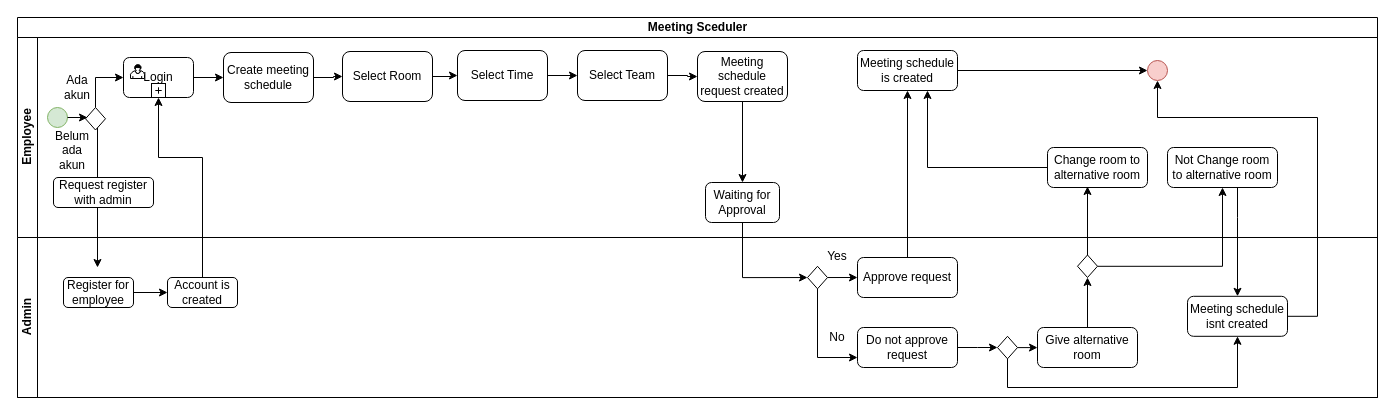
Before: page "BPMN" (1 of 3) of meetingsceduler.drawio in MCC-Java/Meeting-Schedule-Laila-Khoirun-Nisa, a draw.io diagram. Source tidied: cells renumbered, new cells numbered last; positions are measured from the earlier drawing's top-left corner, leaving out a move shared by most shapes. Both pictures are drawn from the tidied source at 100%, with x=0, y=0 at pixel (17, 17).
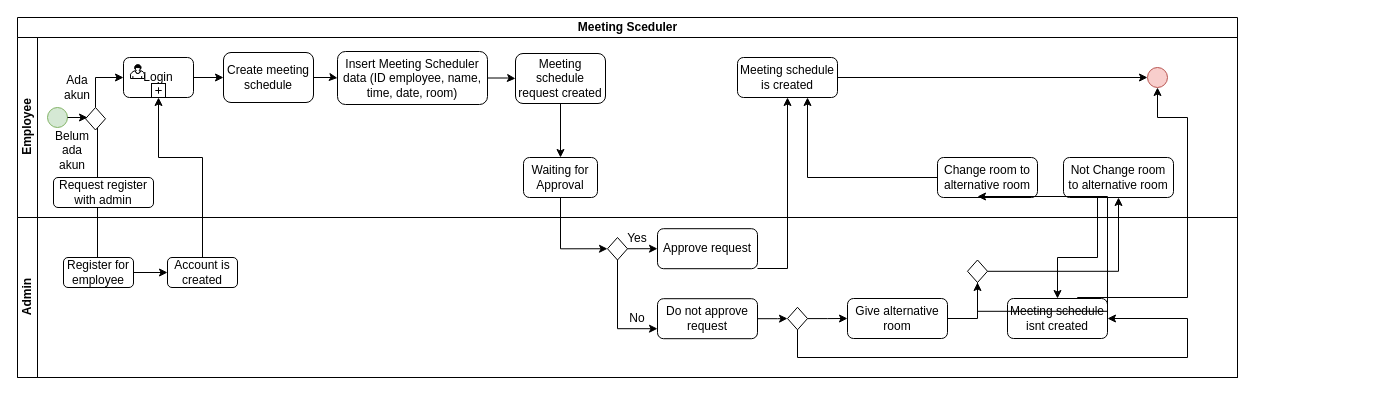
The same page after the edit.

The change refers to these unchanged cells:
```xml
<mxCell id="20" style="ellipse;whiteSpace=wrap;html=1;fillColor=#d5e8d4;strokeColor=#82b366;" parent="3" vertex="1">
  <mxGeometry x="30" y="70" width="20" height="20" as="geometry" />
</mxCell>
```

Change to the diagram source:
```diff
@@
     <mxCell id="2" value="Meeting Sceduler" style="swimlane;html=1;horizontal=1;startSize=20;" parent="1" vertex="1">
-      <mxGeometry width="1360" height="380" as="geometry" />
+      <mxGeometry width="1220" height="360" as="geometry" />
     </mxCell>
     <mxCell id="3" value="Employee" style="swimlane;html=1;startSize=20;horizontal=0;" parent="2" vertex="1">
-      <mxGeometry y="20" width="1360" height="200" as="geometry" />
+      <mxGeometry y="20" width="1220" height="180" as="geometry" />
     </mxCell>
@@
     <mxCell id="6" value="Meeting schedule is created" style="whiteSpace=wrap;html=1;rounded=1;" parent="3" vertex="1">
-      <mxGeometry x="840" y="13" width="100" height="40" as="geometry" />
+      <mxGeometry x="720" y="20" width="100" height="40" as="geometry" />
     </mxCell>
+    <mxCell id="15" value="Meeting schedule request created" style="shape=ext;rounded=1;html=1;whiteSpace=wrap;" parent="3" vertex="1">
+      <mxGeometry x="498" y="16" width="90" height="50" as="geometry" />
+    </mxCell>
+    <mxCell id="61" style="edgeStyle=orthogonalEdgeStyle;rounded=0;jettySize=auto;html=1;entryX=0;entryY=0.5;entryDx=0;entryDy=0;" parent="3" edge="1" source="10" target="15">
+      <mxGeometry relative="1" as="geometry" />
+    </mxCell>
+    <mxCell id="10" value="Insert Meeting Scheduler data (ID employee, name, time, date, room)" style="shape=ext;rounded=1;html=1;whiteSpace=wrap;" parent="3" vertex="1">
+      <mxGeometry x="320" y="14" width="150" height="53" as="geometry" />
+    </mxCell>
     <mxCell id="7" style="ellipse;whiteSpace=wrap;html=1;fillColor=#f8cecc;strokeColor=#b85450;" parent="3" vertex="1">
-      <mxGeometry x="1130" y="23" width="20" height="20" as="geometry" />
+      <mxGeometry x="1130" y="30" width="20" height="20" as="geometry" />
     </mxCell>
@@
-    <mxCell id="9" style="edgeStyle=orthogonalEdgeStyle;rounded=0;jettySize=auto;html=1;entryX=0;entryY=0.5;entryDx=0;entryDy=0;" parent="3" edge="1" source="10" target="12">
-      <mxGeometry relative="1" as="geometry" />
-    </mxCell>
-    <mxCell id="10" value="Select Room" style="shape=ext;rounded=1;html=1;whiteSpace=wrap;" parent="3" vertex="1">
-      <mxGeometry x="325" y="14" width="90" height="50" as="geometry" />
-    </mxCell>
-    <mxCell id="11" style="edgeStyle=orthogonalEdgeStyle;rounded=0;jettySize=auto;html=1;entryX=0;entryY=0.5;entryDx=0;entryDy=0;" parent="3" edge="1" source="12" target="14">
-      <mxGeometry relative="1" as="geometry" />
-    </mxCell>
-    <mxCell id="12" value="Select Time" style="shape=ext;rounded=1;html=1;whiteSpace=wrap;" parent="3" vertex="1">
-      <mxGeometry x="440" y="13" width="90" height="50" as="geometry" />
-    </mxCell>
-    <mxCell id="13" style="edgeStyle=orthogonalEdgeStyle;rounded=0;jettySize=auto;html=1;entryX=0;entryY=0.5;entryDx=0;entryDy=0;" parent="3" edge="1" source="14" target="15">
-      <mxGeometry relative="1" as="geometry" />
-    </mxCell>
-    <mxCell id="14" value="Select Team" style="shape=ext;rounded=1;html=1;whiteSpace=wrap;" parent="3" vertex="1">
-      <mxGeometry x="560" y="13" width="90" height="50" as="geometry" />
-    </mxCell>
-    <mxCell id="15" value="Meeting schedule request created" style="shape=ext;rounded=1;html=1;whiteSpace=wrap;" parent="3" vertex="1">
-      <mxGeometry x="680" y="14" width="90" height="50" as="geometry" />
-    </mxCell>
@@
     <mxCell id="26" style="edgeStyle=orthogonalEdgeStyle;rounded=0;jettySize=auto;html=1;" parent="3" edge="1" source="28">
       <mxGeometry relative="1" as="geometry">
-        <mxPoint x="910" y="53" as="targetPoint" />
+        <mxPoint x="790" y="60" as="targetPoint" />
         <Array as="points">
-          <mxPoint x="910" y="130" />
-          <mxPoint x="910" y="53" />
+          <mxPoint x="790" y="140" />
         </Array>
       </mxGeometry>
     </mxCell>
+    <mxCell id="30" value="Waiting for Approval" style="shape=ext;rounded=1;html=1;whiteSpace=wrap;" parent="3" vertex="1">
+      <mxGeometry x="506" y="120" width="74" height="40" as="geometry" />
+    </mxCell>
     <mxCell id="27" value="Not Change room to alternative room&lt;br&gt;" style="whiteSpace=wrap;html=1;rounded=1;" parent="3" vertex="1">
-      <mxGeometry x="1150" y="110" width="110" height="40" as="geometry" />
+      <mxGeometry x="1046" y="120" width="110" height="40" as="geometry" />
     </mxCell>
     <mxCell id="28" value="Change room to alternative room" style="whiteSpace=wrap;html=1;rounded=1;" parent="3" vertex="1">
-      <mxGeometry x="1030" y="110" width="100" height="40" as="geometry" />
+      <mxGeometry x="920" y="120" width="100" height="40" as="geometry" />
     </mxCell>
@@
-    <mxCell id="30" value="Waiting for Approval" style="shape=ext;rounded=1;html=1;whiteSpace=wrap;" parent="3" vertex="1">
-      <mxGeometry x="688" y="145" width="74" height="40" as="geometry" />
-    </mxCell>
@@
     <mxCell id="32" value="Admin" style="swimlane;html=1;startSize=20;horizontal=0;" parent="2" vertex="1">
-      <mxGeometry y="220" width="1360" height="160" as="geometry" />
+      <mxGeometry y="200" width="1220" height="160" as="geometry" />
     </mxCell>
@@
     <mxCell id="35" value="Yes" style="text;html=1;strokeColor=none;fillColor=none;align=center;verticalAlign=middle;whiteSpace=wrap;rounded=0;" parent="32" vertex="1">
-      <mxGeometry x="800" y="8.8" width="40" height="20" as="geometry" />
+      <mxGeometry x="600" y="11.2" width="40" height="20" as="geometry" />
     </mxCell>
-    <mxCell id="36" value="Approve request" style="shape=ext;rounded=1;html=1;whiteSpace=wrap;" parent="32" vertex="1">
-      <mxGeometry x="840" y="20" width="100" height="40" as="geometry" />
-    </mxCell>
+    <mxCell id="39" style="rhombus;whiteSpace=wrap;html=1;" parent="32" vertex="1">
+      <mxGeometry x="590" y="20" width="20" height="22.5" as="geometry" />
+    </mxCell>
@@
     <mxCell id="38" style="edgeStyle=orthogonalEdgeStyle;rounded=0;jettySize=auto;html=1;entryX=0;entryY=0.75;entryDx=0;entryDy=0;startArrow=none;startFill=0;endArrow=classic;endFill=1;" parent="32" edge="1" source="39" target="48">
       <mxGeometry relative="1" as="geometry">
         <Array as="points">
-          <mxPoint x="800" y="120" />
+          <mxPoint x="600" y="111" />
         </Array>
       </mxGeometry>
     </mxCell>
-    <mxCell id="39" style="rhombus;whiteSpace=wrap;html=1;" parent="32" vertex="1">
-      <mxGeometry x="790" y="28.8" width="20" height="22.5" as="geometry" />
-    </mxCell>
+    <mxCell id="36" value="Approve request" style="shape=ext;rounded=1;html=1;whiteSpace=wrap;" parent="32" vertex="1">
+      <mxGeometry x="640" y="11.2" width="100" height="40" as="geometry" />
+    </mxCell>
+    <mxCell id="59" style="rhombus;whiteSpace=wrap;html=1;" parent="32" vertex="1">
+      <mxGeometry x="950" y="42.5" width="20" height="22.5" as="geometry" />
+    </mxCell>
@@
     <mxCell id="42" value="Meeting schedule isnt created" style="whiteSpace=wrap;html=1;rounded=1;" parent="32" vertex="1">
-      <mxGeometry x="1170" y="58.8" width="100" height="40" as="geometry" />
+      <mxGeometry x="990" y="81" width="100" height="40" as="geometry" />
     </mxCell>
     <mxCell id="43" value="No" style="text;html=1;strokeColor=none;fillColor=none;align=center;verticalAlign=middle;whiteSpace=wrap;rounded=0;" parent="32" vertex="1">
-      <mxGeometry x="800" y="90" width="40" height="20" as="geometry" />
+      <mxGeometry x="600" y="91.2" width="40" height="20" as="geometry" />
     </mxCell>
-    <mxCell id="44" style="edgeStyle=orthogonalEdgeStyle;rounded=0;jettySize=auto;html=1;entryX=0;entryY=0.5;entryDx=0;entryDy=0;" parent="32" edge="1" source="48">
-      <mxGeometry relative="1" as="geometry">
-        <mxPoint x="980" y="110" as="targetPoint" />
-      </mxGeometry>
-    </mxCell>
-    <mxCell id="45" style="edgeStyle=orthogonalEdgeStyle;rounded=0;jettySize=auto;html=1;" parent="32" edge="1" source="47" target="50">
-      <mxGeometry relative="1" as="geometry" />
-    </mxCell>
-    <mxCell id="46" style="edgeStyle=orthogonalEdgeStyle;rounded=0;jettySize=auto;html=1;entryX=0.5;entryY=1;entryDx=0;entryDy=0;" parent="32" edge="1" source="47" target="42">
-      <mxGeometry relative="1" as="geometry">
-        <Array as="points">
-          <mxPoint x="990" y="150" />
-          <mxPoint x="1220" y="150" />
-        </Array>
-      </mxGeometry>
-    </mxCell>
-    <mxCell id="47" style="rhombus;whiteSpace=wrap;html=1;" parent="32" vertex="1">
-      <mxGeometry x="980" y="98.8" width="20" height="22.5" as="geometry" />
-    </mxCell>
     <mxCell id="48" value="Do not approve request" style="shape=ext;rounded=1;html=1;whiteSpace=wrap;" parent="32" vertex="1">
-      <mxGeometry x="840" y="90" width="100" height="40" as="geometry" />
+      <mxGeometry x="640" y="81.2" width="100" height="40" as="geometry" />
     </mxCell>
@@
+    <mxCell id="45" style="edgeStyle=orthogonalEdgeStyle;rounded=0;jettySize=auto;html=1;entryX=0;entryY=0.5;entryDx=0;entryDy=0;" parent="32" edge="1" source="47" target="50">
+      <mxGeometry relative="1" as="geometry" />
+    </mxCell>
+    <mxCell id="47" style="rhombus;whiteSpace=wrap;html=1;" parent="32" vertex="1">
+      <mxGeometry x="770" y="89.8" width="20" height="22.5" as="geometry" />
+    </mxCell>
+    <mxCell id="62" style="edgeStyle=orthogonalEdgeStyle;rounded=0;jettySize=auto;html=1;entryX=0;entryY=0.5;entryDx=0;entryDy=0;" parent="32" edge="1" source="48" target="47">
+      <mxGeometry relative="1" as="geometry" />
+    </mxCell>
     <mxCell id="50" value="Give alternative room" style="whiteSpace=wrap;html=1;rounded=1;" parent="32" vertex="1">
-      <mxGeometry x="1020" y="90" width="100" height="40" as="geometry" />
+      <mxGeometry x="830" y="81" width="100" height="40" as="geometry" />
     </mxCell>
+    <mxCell id="46" style="edgeStyle=orthogonalEdgeStyle;rounded=0;jettySize=auto;html=1;" parent="32" edge="1" source="47" target="42">
+      <mxGeometry relative="1" as="geometry">
+        <Array as="points">
+          <mxPoint x="780" y="140" />
+          <mxPoint x="1170" y="140" />
+          <mxPoint x="1170" y="101" />
+        </Array>
+      </mxGeometry>
+    </mxCell>
+    <mxCell id="60" style="edgeStyle=orthogonalEdgeStyle;rounded=0;jettySize=auto;html=1;" parent="32" edge="1" source="50" target="59">
+      <mxGeometry relative="1" as="geometry" />
+    </mxCell>
@@
     <mxCell id="53" style="edgeStyle=orthogonalEdgeStyle;rounded=0;jettySize=auto;html=1;startArrow=none;startFill=0;endArrow=classic;endFill=1;" parent="2" edge="1" source="36" target="6">
-      <mxGeometry relative="1" as="geometry" />
+      <mxGeometry relative="1" as="geometry">
+        <Array as="points">
+          <mxPoint x="770" y="251" />
+        </Array>
+      </mxGeometry>
     </mxCell>
     <mxCell id="54" style="edgeStyle=orthogonalEdgeStyle;rounded=0;jettySize=auto;html=1;entryX=0.5;entryY=0;entryDx=0;entryDy=0;" parent="2" edge="1" source="27" target="42">
       <mxGeometry relative="1" as="geometry">
         <Array as="points">
-          <mxPoint x="1220" y="200" />
-          <mxPoint x="1220" y="200" />
+          <mxPoint x="1080" y="240" />
+          <mxPoint x="1040" y="240" />
         </Array>
       </mxGeometry>
     </mxCell>
     <mxCell id="55" style="edgeStyle=orthogonalEdgeStyle;rounded=0;jettySize=auto;html=1;entryX=0.5;entryY=1;entryDx=0;entryDy=0;" parent="2" edge="1" source="42" target="7">
       <mxGeometry relative="1" as="geometry">
         <Array as="points">
-          <mxPoint x="1300" y="299" />
-          <mxPoint x="1300" y="100" />
+          <mxPoint x="1060" y="280" />
+          <mxPoint x="1170" y="280" />
+          <mxPoint x="1170" y="100" />
           <mxPoint x="1140" y="100" />
         </Array>
       </mxGeometry>
     </mxCell>
-    <mxCell id="56" style="edgeStyle=orthogonalEdgeStyle;rounded=0;jettySize=auto;html=1;startArrow=none;startFill=0;endArrow=classic;endFill=1;" parent="1" edge="1" source="20">
-      <mxGeometry relative="1" as="geometry">
-        <mxPoint x="70" y="100" as="targetPoint" />
-      </mxGeometry>
-    </mxCell>
-    <mxCell id="57" style="edgeStyle=orthogonalEdgeStyle;rounded=0;jettySize=auto;html=1;entryX=0.4;entryY=0.975;entryDx=0;entryDy=0;entryPerimeter=0;" parent="1" edge="1" source="59" target="28">
-      <mxGeometry relative="1" as="geometry" />
+    <mxCell id="57" style="edgeStyle=orthogonalEdgeStyle;rounded=0;jettySize=auto;html=1;entryX=0.4;entryY=0.975;entryDx=0;entryDy=0;entryPerimeter=0;" parent="2" edge="1" source="59" target="28">
+      <mxGeometry relative="1" as="geometry">
+        <Array as="points">
+          <mxPoint x="1090" y="293.8" />
+          <mxPoint x="1090" y="179" />
+        </Array>
+      </mxGeometry>
     </mxCell>
-    <mxCell id="58" style="edgeStyle=orthogonalEdgeStyle;rounded=0;jettySize=auto;html=1;entryX=0.5;entryY=1;entryDx=0;entryDy=0;" parent="1" edge="1" source="59" target="27">
+    <mxCell id="58" style="edgeStyle=orthogonalEdgeStyle;rounded=0;jettySize=auto;html=1;entryX=0.5;entryY=1;entryDx=0;entryDy=0;" parent="2" edge="1" source="59" target="27">
       <mxGeometry relative="1" as="geometry" />
     </mxCell>
-    <mxCell id="59" style="rhombus;whiteSpace=wrap;html=1;" parent="1" vertex="1">
-      <mxGeometry x="1060" y="237.5" width="20" height="22.5" as="geometry" />
-    </mxCell>
-    <mxCell id="60" style="edgeStyle=orthogonalEdgeStyle;rounded=0;jettySize=auto;html=1;" parent="1" edge="1" source="50" target="59">
-      <mxGeometry relative="1" as="geometry" />
-    </mxCell>
+    <mxCell id="56" style="edgeStyle=orthogonalEdgeStyle;rounded=0;jettySize=auto;html=1;startArrow=none;startFill=0;endArrow=classic;endFill=1;" parent="1" edge="1" source="20">
+      <mxGeometry relative="1" as="geometry">
+        <mxPoint x="70" y="100" as="targetPoint" />
+      </mxGeometry>
+    </mxCell>
```
